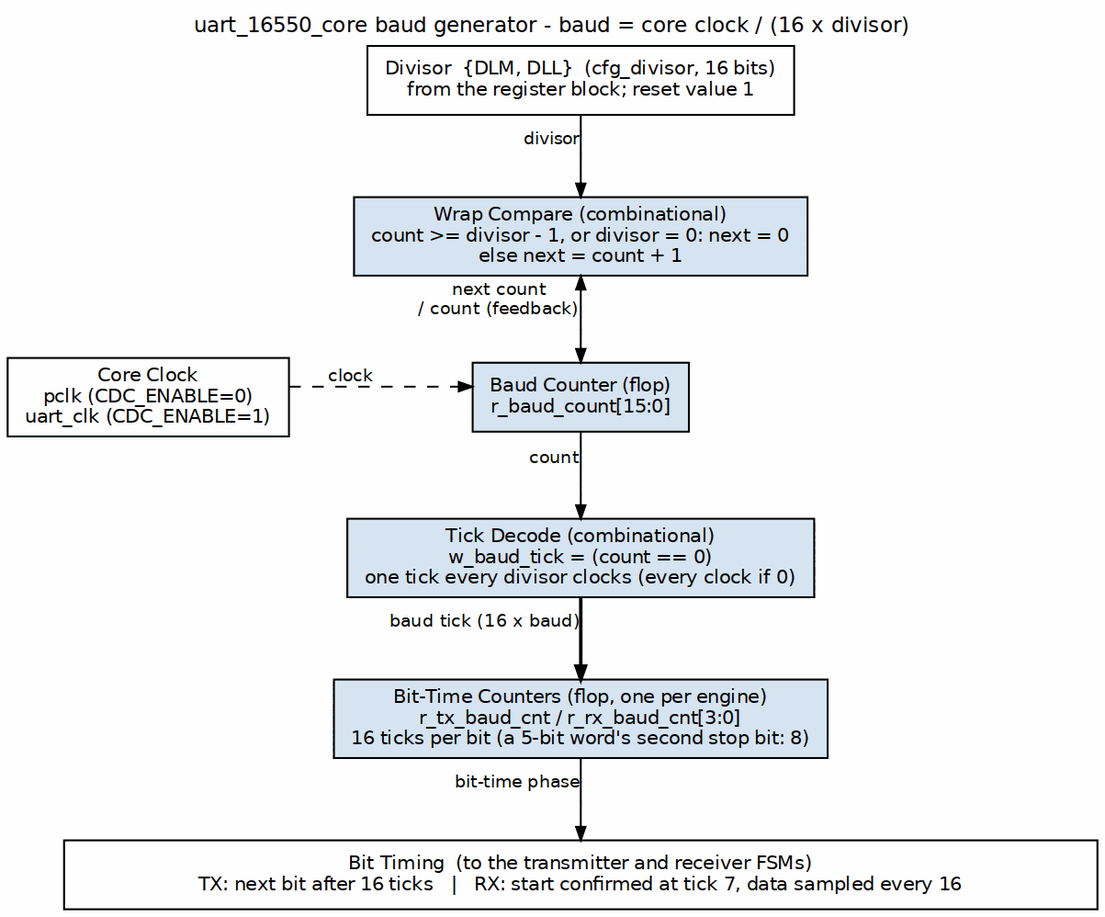
sean-galloway/RTLDesignSherpa keeps this Graphviz diagram as projects/components/legacy-ip/retro_legacy_blocks/docs/uart_16550_mas/assets/graphviz/uart_baud_gen.png. Above is the earlier version. Its source is kept beside it as projects/components/legacy-ip/retro_legacy_blocks/docs/uart_16550_mas/assets/graphviz/uart_baud_gen.dot. The source it was exported from:
```dot
digraph uart_baud_gen {
    graph [rankdir=TB, bgcolor="white", fontname="Helvetica", fontsize=11,
           nodesep="0.45", ranksep="0.60", splines=ortho, newrank=true,
           label="uart_16550_core baud generator - baud = core clock / (16 x divisor)", labelloc=t, labeljust=c];
    node  [fontname="Helvetica", fontsize=10, shape=box, style=filled,
           fillcolor="#D6E4F0", color="black", margin="0.12,0.06"];
    edge  [fontname="Helvetica", fontsize=9, color="black", arrowsize=0.7];
    div [label="Divisor  {DLM, DLL}  (cfg_divisor, 16 bits)\nfrom the register block; reset value 1", fillcolor="white"];
    clk [label="Core Clock\npclk (CDC_ENABLE=0)\nuart_clk (CDC_ENABLE=1)", fillcolor="white"];
    nxt [label="Wrap Compare (combinational)\ncount >= divisor - 1, or divisor = 0: next = 0\nelse next = count + 1"];
    cnt [label="Baud Counter (flop)\nr_baud_count[15:0]"];
    tck [label="Tick Decode (combinational)\nw_baud_tick = (count == 0)\none tick every divisor clocks (every clock if 0)"];
    bit [label="Bit-Time Counters (flop, one per engine)\nr_tx_baud_cnt / r_rx_baud_cnt[3:0]\n16 ticks per bit (a 5-bit word's second stop bit: 8)"];
    bar [label="Bit Timing  (to the transmitter and receiver FSMs)\nTX: next bit after 16 ticks   |   RX: start confirmed at tick 7, data sampled every 16", fillcolor="white", width=7.5];

    div -> nxt [xlabel="divisor"];
    nxt -> cnt [dir=both, xlabel="next count\n/ count (feedback)"];
    cnt -> tck [xlabel="count"];
    tck -> bit [penwidth=1.8, xlabel="baud tick (16 x baud)"];
    bit -> bar [xlabel="bit-time phase"];

    clk -> cnt [style=dashed, xlabel="clock"];
    { rank=same; cnt; clk; }
    clk -> cnt [style=invis, minlen=3];
}
```
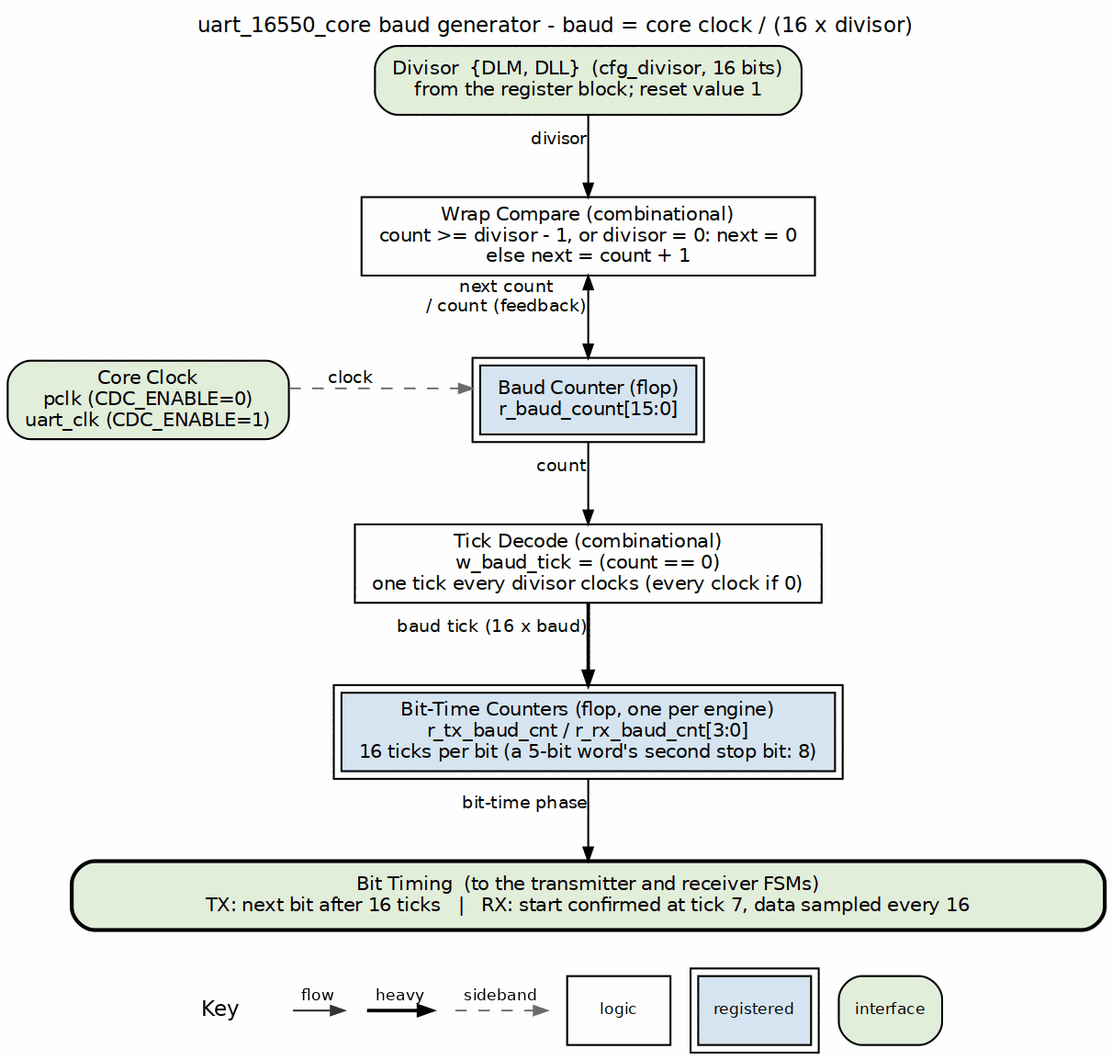
After the change.

The edit, as a diff of the source:
```diff
@@ -3,15 +3,15 @@
            nodesep="0.45", ranksep="0.60", splines=ortho, newrank=true,
            label="uart_16550_core baud generator - baud = core clock / (16 x divisor)", labelloc=t, labeljust=c];
     node  [fontname="Helvetica", fontsize=10, shape=box, style=filled,
-           fillcolor="#D6E4F0", color="black", margin="0.12,0.06"];
+           fillcolor="white", color="black", margin="0.12,0.06"];
     edge  [fontname="Helvetica", fontsize=9, color="black", arrowsize=0.7];
-    div [label="Divisor  {DLM, DLL}  (cfg_divisor, 16 bits)\nfrom the register block; reset value 1", fillcolor="white"];
-    clk [label="Core Clock\npclk (CDC_ENABLE=0)\nuart_clk (CDC_ENABLE=1)", fillcolor="white"];
-    nxt [label="Wrap Compare (combinational)\ncount >= divisor - 1, or divisor = 0: next = 0\nelse next = count + 1"];
-    cnt [label="Baud Counter (flop)\nr_baud_count[15:0]"];
-    tck [label="Tick Decode (combinational)\nw_baud_tick = (count == 0)\none tick every divisor clocks (every clock if 0)"];
-    bit [label="Bit-Time Counters (flop, one per engine)\nr_tx_baud_cnt / r_rx_baud_cnt[3:0]\n16 ticks per bit (a 5-bit word's second stop bit: 8)"];
-    bar [label="Bit Timing  (to the transmitter and receiver FSMs)\nTX: next bit after 16 ticks   |   RX: start confirmed at tick 7, data sampled every 16", fillcolor="white", width=7.5];
+    div [label="Divisor  {DLM, DLL}  (cfg_divisor, 16 bits)\nfrom the register block; reset value 1", fillcolor="white", style="rounded,filled", fillcolor="#E2EFDA"];
+    clk [label="Core Clock\npclk (CDC_ENABLE=0)\nuart_clk (CDC_ENABLE=1)", fillcolor="white", style="rounded,filled", fillcolor="#E2EFDA"];
+    nxt [label="Wrap Compare (combinational)\ncount >= divisor - 1, or divisor = 0: next = 0\nelse next = count + 1", style="filled", fillcolor="white"];
+    cnt [label="Baud Counter (flop)\nr_baud_count[15:0]", peripheries=2, style="filled", fillcolor="#D6E4F0"];
+    tck [label="Tick Decode (combinational)\nw_baud_tick = (count == 0)\none tick every divisor clocks (every clock if 0)", style="filled", fillcolor="white"];
+    bit [label="Bit-Time Counters (flop, one per engine)\nr_tx_baud_cnt / r_rx_baud_cnt[3:0]\n16 ticks per bit (a 5-bit word's second stop bit: 8)", peripheries=2, style="filled", fillcolor="#D6E4F0"];
+    bar [label="Bit Timing  (to the transmitter and receiver FSMs)\nTX: next bit after 16 ticks   |   RX: start confirmed at tick 7, data sampled every 16", fillcolor="white", width=7.5, style="rounded,filled,bold", fillcolor="#E2EFDA"];
 
     div -> nxt [xlabel="divisor"];
     nxt -> cnt [dir=both, xlabel="next count\n/ count (feedback)"];
@@ -19,7 +19,7 @@
     tck -> bit [penwidth=1.8, xlabel="baud tick (16 x baud)"];
     bit -> bar [xlabel="bit-time phase"];
 
-    clk -> cnt [style=dashed, xlabel="clock"];
+    clk -> cnt [style=dashed, color="#777777", xlabel="clock"];
     { rank=same; cnt; clk; }
     clk -> cnt [style=invis, minlen=3];
 }
```
